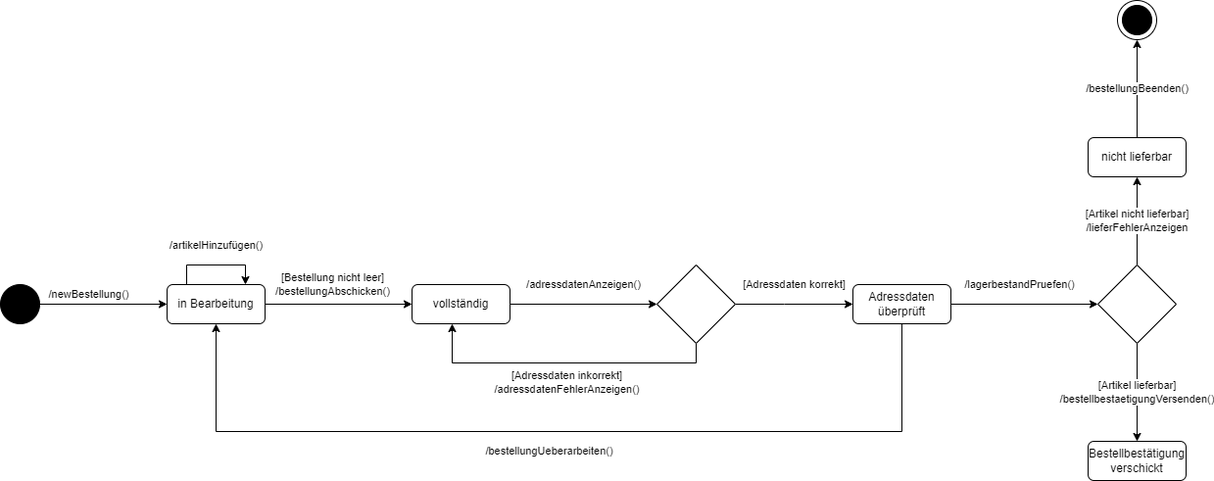
This is Übung9/Uebung9.drawio.png from jahtzee/SE_WS21, a draw.io export, as it was before one commit. Source tidied: cells renumbered, new cells last; positions are measured from the earlier drawing's top-left corner, leaving out a move shared by most shapes.
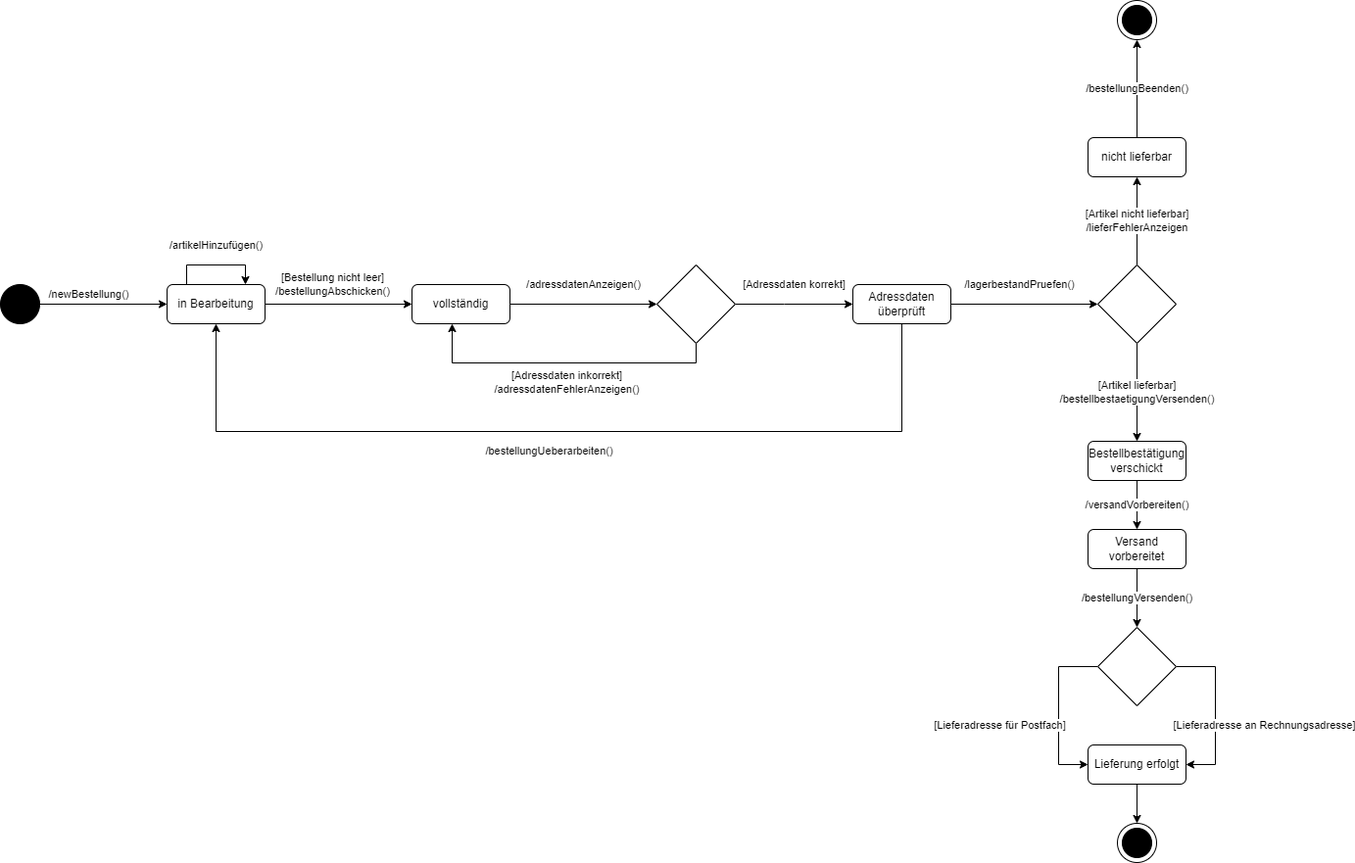
After the change.

Diff of the diagram source:
```diff
@@ -79,8 +79,45 @@
     <mxCell id="20" style="shape=mxgraph.sysml.actFinal;html=1;verticalLabelPosition=bottom;labelBackgroundColor=#ffffff;verticalAlign=top;" parent="1" vertex="1">
       <mxGeometry x="1140" width="40" height="40" as="geometry" />
     </mxCell>
+    <mxCell id="22" value="/versandVorbereiten()" style="edgeStyle=orthogonalEdgeStyle;rounded=0;jettySize=auto;html=1;" parent="1" edge="1" source="21" target="24">
+      <mxGeometry relative="1" as="geometry" />
+    </mxCell>
     <mxCell id="21" value="Bestellbestätigung verschickt" style="shape=rect;rounded=1;html=1;whiteSpace=wrap;align=center;" parent="1" vertex="1">
       <mxGeometry x="1110" y="450" width="100" height="40" as="geometry" />
     </mxCell>
+    <mxCell id="23" value="/bestellungVersenden()" style="edgeStyle=orthogonalEdgeStyle;rounded=0;jettySize=auto;html=1;" parent="1" edge="1" source="24" target="29">
+      <mxGeometry relative="1" as="geometry" />
+    </mxCell>
+    <mxCell id="24" value="Versand vorbereitet" style="shape=rect;rounded=1;html=1;whiteSpace=wrap;align=center;" parent="1" vertex="1">
+      <mxGeometry x="1110" y="540" width="100" height="40" as="geometry" />
+    </mxCell>
+    <mxCell id="25" style="edgeStyle=orthogonalEdgeStyle;rounded=0;jettySize=auto;html=1;" parent="1" edge="1" source="26" target="30">
+      <mxGeometry relative="1" as="geometry" />
+    </mxCell>
+    <mxCell id="26" value="Lieferung erfolgt" style="shape=rect;rounded=1;html=1;whiteSpace=wrap;align=center;" parent="1" vertex="1">
+      <mxGeometry x="1110" y="760" width="100" height="40" as="geometry" />
+    </mxCell>
+    <mxCell id="27" value="[Lieferadresse an Rechnungsadresse]" style="edgeStyle=orthogonalEdgeStyle;rounded=0;jettySize=auto;html=1;entryX=1;entryY=0.5;entryDx=0;entryDy=0;" parent="1" edge="1" source="29" target="26">
+      <mxGeometry x="0.18" y="50" relative="1" as="geometry">
+        <Array as="points">
+          <mxPoint x="1240" y="680" />
+          <mxPoint x="1240" y="780" />
+        </Array>
+      </mxGeometry>
+    </mxCell>
+    <mxCell id="28" value="[Lieferadresse für Postfach]" style="edgeStyle=orthogonalEdgeStyle;rounded=0;jettySize=auto;html=1;entryX=0;entryY=0.5;entryDx=0;entryDy=0;" parent="1" edge="1" source="29" target="26">
+      <mxGeometry x="0.18" y="-60" relative="1" as="geometry">
+        <Array as="points">
+          <mxPoint x="1080" y="680" />
+          <mxPoint x="1080" y="780" />
+        </Array>
+      </mxGeometry>
+    </mxCell>
+    <mxCell id="29" style="rhombus;whiteSpace=wrap;html=1;" parent="1" vertex="1">
+      <mxGeometry x="1120" y="640" width="80" height="80" as="geometry" />
+    </mxCell>
+    <mxCell id="30" style="shape=mxgraph.sysml.actFinal;html=1;verticalLabelPosition=bottom;labelBackgroundColor=#ffffff;verticalAlign=top;" parent="1" vertex="1">
+      <mxGeometry x="1140" y="840" width="40" height="40" as="geometry" />
+    </mxCell>
   </root>
 </mxGraphModel>
```
